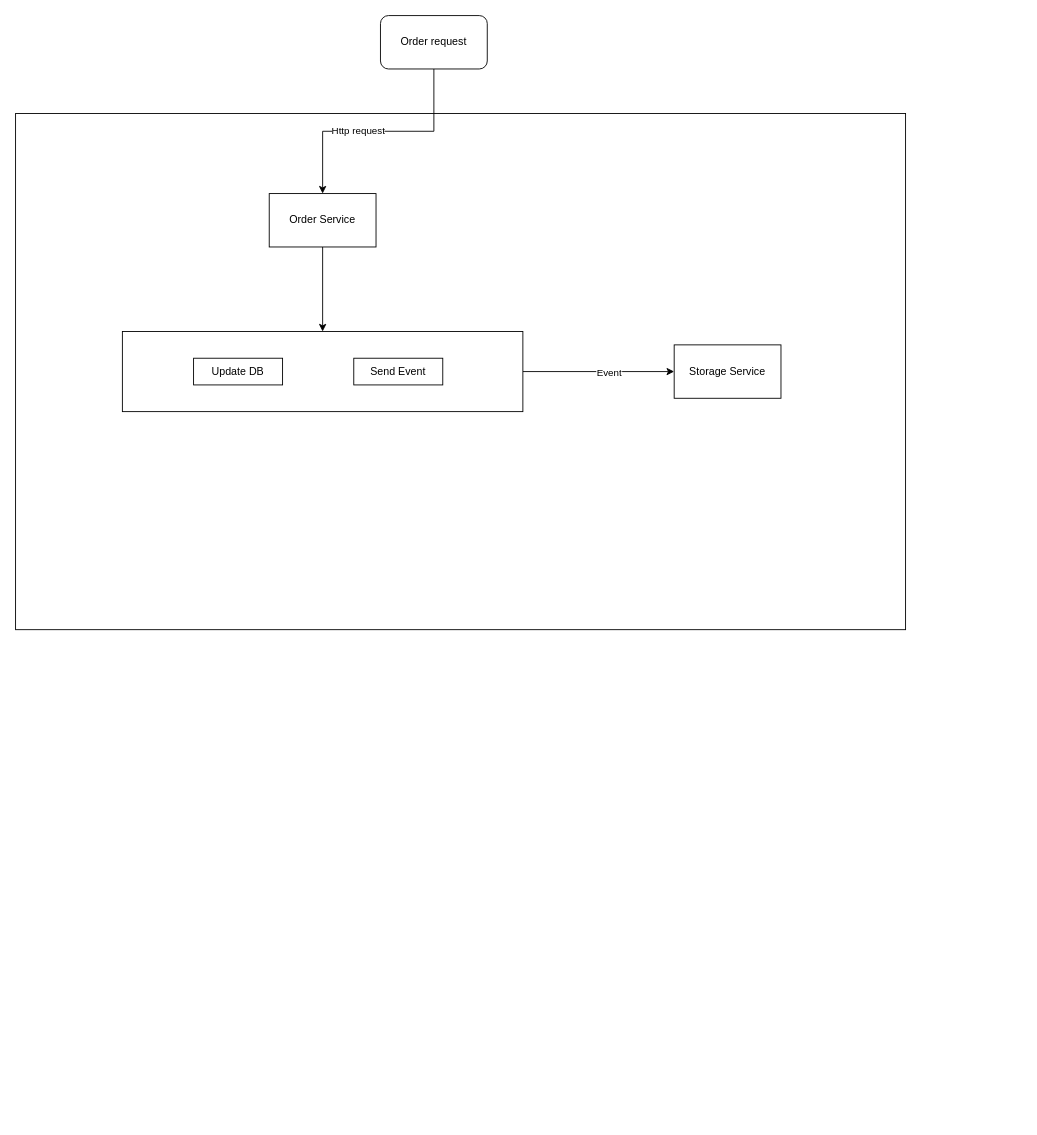
The draw.io diagram Outbox Pattern.drawio in dengwentaoabc/Draw, before the edit. Source tidied: cells renumbered, new cells numbered last; positions are measured from the earlier drawing's top-left corner, leaving out a move shared by most shapes. Both pictures are drawn from the tidied source at 89%, with x=0, y=0 at pixel (15, 15).
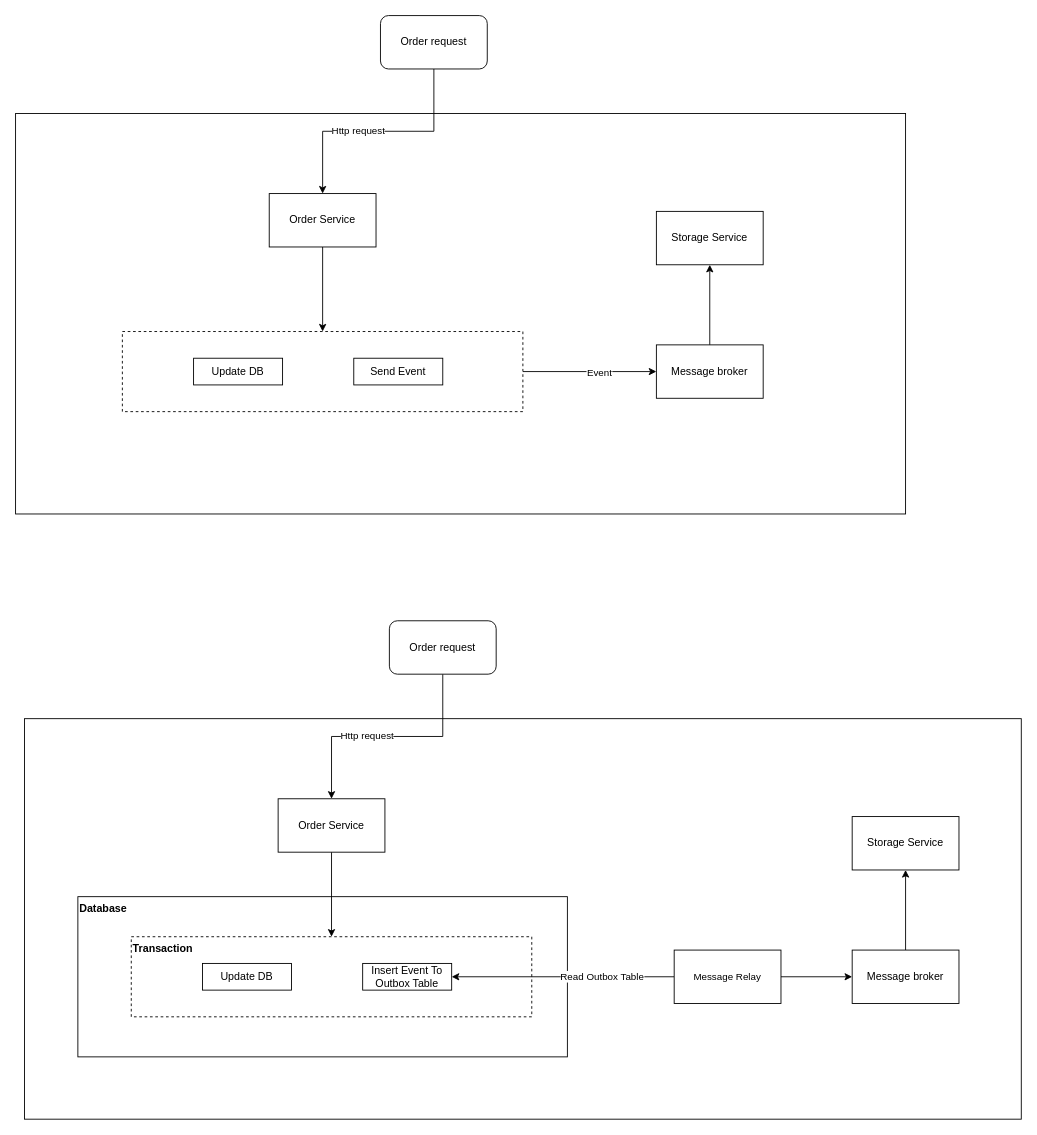
After the change.

Change to the diagram source:
```diff
@@
+    <mxCell id="14" style="rounded=0;whiteSpace=wrap;html=1;" parent="1" vertex="1">
+      <mxGeometry x="10" y="790" width="1120" height="450" as="geometry" />
+    </mxCell>
+    <mxCell id="15" value="Database" style="rounded=0;whiteSpace=wrap;html=1;align=left;verticalAlign=top;fontStyle=1;" parent="1" vertex="1">
+      <mxGeometry x="70" y="990" width="550" height="180" as="geometry" />
+    </mxCell>
     <mxCell id="2" style="rounded=0;whiteSpace=wrap;html=1;" parent="1" vertex="1">
-      <mxGeometry y="110" width="1000" height="580" as="geometry" />
+      <mxGeometry y="110" width="1000" height="450" as="geometry" />
     </mxCell>
@@
-    <mxCell id="6" style="edgeStyle=orthogonalEdgeStyle;rounded=0;jettySize=auto;html=1;exitX=1;exitY=0.5;exitDx=0;exitDy=0;entryX=0;entryY=0.5;entryDx=0;entryDy=0;" parent="1" edge="1" source="11" target="10">
+    <mxCell id="6" style="edgeStyle=orthogonalEdgeStyle;rounded=0;jettySize=auto;html=1;exitX=1;exitY=0.5;exitDx=0;exitDy=0;entryX=0;entryY=0.5;entryDx=0;entryDy=0;" parent="1" edge="1" source="11" target="33">
       <mxGeometry relative="1" as="geometry" />
     </mxCell>
@@
-    <mxCell id="10" value="Storage Service" style="rounded=0;whiteSpace=wrap;html=1;" parent="1" vertex="1">
-      <mxGeometry x="740" y="370" width="120" height="60" as="geometry" />
-    </mxCell>
-    <mxCell id="11" style="rounded=0;whiteSpace=wrap;html=1;" parent="1" vertex="1">
+    <mxCell id="11" style="rounded=0;whiteSpace=wrap;html=1;dashed=1;" parent="1" vertex="1">
       <mxGeometry x="120" y="355" width="450" height="90" as="geometry" />
     </mxCell>
@@
+    <mxCell id="16" style="edgeStyle=orthogonalEdgeStyle;rounded=0;jettySize=auto;html=1;exitX=0.5;exitY=1;exitDx=0;exitDy=0;" parent="1" edge="1" source="18" target="20">
+      <mxGeometry relative="1" as="geometry" />
+    </mxCell>
+    <mxCell id="17" value="Http request" style="edgeLabel;html=1;align=center;verticalAlign=middle;" parent="16" vertex="1">
+      <mxGeometry x="0.18" y="-2" relative="1" as="geometry" />
+    </mxCell>
+    <mxCell id="18" value="Order request" style="rounded=1;whiteSpace=wrap;html=1;" parent="1" vertex="1">
+      <mxGeometry x="420" y="680" width="120" height="60" as="geometry" />
+    </mxCell>
+    <mxCell id="19" style="edgeStyle=orthogonalEdgeStyle;rounded=0;jettySize=auto;html=1;" parent="1" edge="1" source="20" target="22">
+      <mxGeometry relative="1" as="geometry" />
+    </mxCell>
+    <mxCell id="20" value="Order Service" style="rounded=0;whiteSpace=wrap;html=1;" parent="1" vertex="1">
+      <mxGeometry x="295" y="880" width="120" height="60" as="geometry" />
+    </mxCell>
+    <mxCell id="21" value="Storage Service" style="rounded=0;whiteSpace=wrap;html=1;" parent="1" vertex="1">
+      <mxGeometry x="940" y="900" width="120" height="60" as="geometry" />
+    </mxCell>
+    <mxCell id="22" value="&lt;div style=&quot;&quot;&gt;Transaction&lt;/div&gt;" style="rounded=0;whiteSpace=wrap;html=1;dashed=1;align=left;verticalAlign=top;fontStyle=1;" parent="1" vertex="1">
+      <mxGeometry x="130" y="1035" width="450" height="90" as="geometry" />
+    </mxCell>
+    <mxCell id="23" value="Update DB" style="rounded=0;whiteSpace=wrap;html=1;" parent="1" vertex="1">
+      <mxGeometry x="210" y="1065" width="100" height="30" as="geometry" />
+    </mxCell>
+    <mxCell id="24" value="Insert Event To Outbox Table" style="rounded=0;whiteSpace=wrap;html=1;" parent="1" vertex="1">
+      <mxGeometry x="390" y="1065" width="100" height="30" as="geometry" />
+    </mxCell>
+    <mxCell id="25" style="edgeStyle=orthogonalEdgeStyle;rounded=0;jettySize=auto;html=1;entryX=1;entryY=0.5;entryDx=0;entryDy=0;" parent="1" edge="1" source="28" target="24">
+      <mxGeometry relative="1" as="geometry" />
+    </mxCell>
+    <mxCell id="26" value="Read Outbox Table" style="edgeLabel;html=1;align=center;verticalAlign=middle;" parent="25" vertex="1">
+      <mxGeometry x="-0.34" y="-1" relative="1" as="geometry" />
+    </mxCell>
+    <mxCell id="27" style="edgeStyle=orthogonalEdgeStyle;rounded=0;jettySize=auto;html=1;" parent="1" edge="1" source="28" target="30">
+      <mxGeometry relative="1" as="geometry" />
+    </mxCell>
+    <mxCell id="28" value="&lt;span style=&quot;font-size: 11px; text-wrap-mode: nowrap; background-color: rgb(255, 255, 255);&quot;&gt;Message Relay&lt;/span&gt;" style="rounded=0;whiteSpace=wrap;html=1;" parent="1" vertex="1">
+      <mxGeometry x="740" y="1050" width="120" height="60" as="geometry" />
+    </mxCell>
+    <mxCell id="29" style="edgeStyle=orthogonalEdgeStyle;rounded=0;jettySize=auto;html=1;entryX=0.5;entryY=1;entryDx=0;entryDy=0;" parent="1" edge="1" source="30" target="21">
+      <mxGeometry relative="1" as="geometry" />
+    </mxCell>
+    <mxCell id="30" value="Message broker" style="whiteSpace=wrap;html=1;rounded=0;" parent="1" vertex="1">
+      <mxGeometry x="940" y="1050" width="120" height="60" as="geometry" />
+    </mxCell>
+    <mxCell id="31" value="Storage Service" style="rounded=0;whiteSpace=wrap;html=1;" parent="1" vertex="1">
+      <mxGeometry x="720" y="220" width="120" height="60" as="geometry" />
+    </mxCell>
+    <mxCell id="32" style="edgeStyle=orthogonalEdgeStyle;rounded=0;jettySize=auto;html=1;entryX=0.5;entryY=1;entryDx=0;entryDy=0;" parent="1" edge="1" source="33" target="31">
+      <mxGeometry relative="1" as="geometry" />
+    </mxCell>
+    <mxCell id="33" value="Message broker" style="whiteSpace=wrap;html=1;rounded=0;" parent="1" vertex="1">
+      <mxGeometry x="720" y="370" width="120" height="60" as="geometry" />
+    </mxCell>
```
